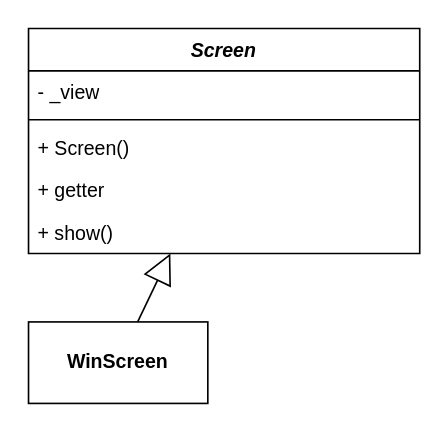
elma1989/el-pollo-loco keeps this draw.io diagram as docs/issue/96-diagram.drawio. Above is the earlier version. Source tidied: cells renumbered, new cells numbered last; positions are measured from the earlier drawing's top-left corner, leaving out a move shared by most shapes. Both pictures are drawn from the tidied source at 163%, with x=0, y=0 at pixel (28, 28).
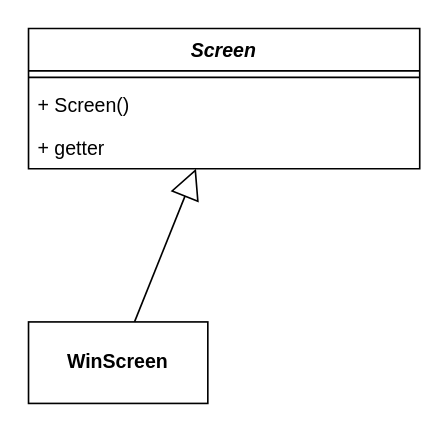
The same diagram, later.

Commit message (it also covers changes not shown here):
Updated classes.drawio - Updated Statusbar, WinScreen to current state

Change to the diagram source:
```diff
@@
 <mxGraphModel>
   <root>
     <mxCell id="0" />
     <mxCell id="1" parent="0" />
     <mxCell id="2" value="Screen" style="swimlane;fontStyle=3;align=center;verticalAlign=top;horizontal=1;startSize=26;whiteSpace=wrap;html=1;" parent="1" vertex="1">
-      <mxGeometry width="240" height="138" as="geometry" />
+      <mxGeometry width="240" height="86" as="geometry" />
     </mxCell>
-    <mxCell id="3" value="- _view" style="text;strokeColor=none;fillColor=none;align=left;verticalAlign=top;spacingLeft=4;spacingRight=4;overflow=hidden;whiteSpace=wrap;html=1;" parent="2" vertex="1">
-      <mxGeometry y="26" width="240" height="26" as="geometry" />
-    </mxCell>
     <mxCell id="4" style="line;strokeWidth=1;fillColor=none;align=left;verticalAlign=middle;spacingTop=-1;spacingLeft=3;spacingRight=3;labelPosition=right;strokeColor=inherit;" parent="2" vertex="1">
-      <mxGeometry y="52" width="240" height="8" as="geometry" />
+      <mxGeometry y="26" width="240" height="8" as="geometry" />
     </mxCell>
     <mxCell id="5" value="+ Screen()" style="text;strokeColor=none;fillColor=none;align=left;verticalAlign=top;spacingLeft=4;spacingRight=4;overflow=hidden;whiteSpace=wrap;html=1;" parent="2" vertex="1">
-      <mxGeometry y="60" width="240" height="26" as="geometry" />
+      <mxGeometry y="34" width="240" height="26" as="geometry" />
     </mxCell>
     <mxCell id="6" value="+ getter" style="text;strokeColor=none;fillColor=none;align=left;verticalAlign=top;spacingLeft=4;spacingRight=4;overflow=hidden;whiteSpace=wrap;html=1;" parent="2" vertex="1">
-      <mxGeometry y="86" width="240" height="26" as="geometry" />
+      <mxGeometry y="60" width="240" height="26" as="geometry" />
     </mxCell>
-    <mxCell id="7" value="+ show()" style="text;strokeColor=none;fillColor=none;align=left;verticalAlign=top;spacingLeft=4;spacingRight=4;overflow=hidden;whiteSpace=wrap;html=1;" parent="2" vertex="1">
-      <mxGeometry y="112" width="240" height="26" as="geometry" />
-    </mxCell>
     <mxCell id="8" value="WinScreen" style="html=1;whiteSpace=wrap;fontStyle=1;" parent="1" vertex="1">
       <mxGeometry y="180" width="110" height="50" as="geometry" />
     </mxCell>
     <mxCell id="9" style="endArrow=block;endSize=16;endFill=0;html=1;rounded=0;fontStyle=1;" parent="1" edge="1" source="8" target="2">
       <mxGeometry relative="1" as="geometry" />
     </mxCell>
   </root>
 </mxGraphModel>
```
